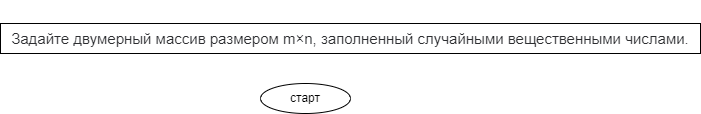
Above: DZ7/zadacha47/diagram.drawio.png in ElenaFomenkova/DZ (draw.io), before the change. Source tidied: cells renumbered, new cells last; positions are measured from the earlier drawing's top-left corner, leaving out a move shared by most shapes.
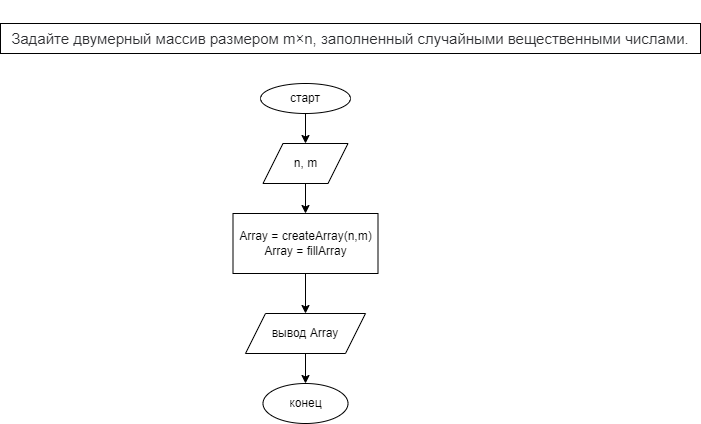
Later version of the same file.

Change to the diagram source:
```diff
@@ -5,8 +5,32 @@
     <mxCell id="2" value="&#10;&#10;&lt;span style=&quot;color: rgb(44, 45, 48); font-family: roboto, &amp;quot;san francisco&amp;quot;, &amp;quot;helvetica neue&amp;quot;, helvetica, arial; font-size: 15px; font-style: normal; font-weight: 400; letter-spacing: normal; text-indent: 0px; text-transform: none; word-spacing: 0px; background-color: rgb(255, 255, 255); display: inline; float: none;&quot;&gt;Задайте двумерный массив размером m×n, заполненный случайными вещественными числами.&lt;/span&gt;&#10;&#10;" style="rounded=0;whiteSpace=wrap;html=1;" parent="1" vertex="1">
       <mxGeometry width="700" height="30" as="geometry" />
     </mxCell>
+    <mxCell id="4" style="edgeStyle=none;html=1;" parent="1" edge="1" source="3" target="6">
+      <mxGeometry relative="1" as="geometry" />
+    </mxCell>
     <mxCell id="3" value="старт" style="ellipse;whiteSpace=wrap;html=1;" parent="1" vertex="1">
       <mxGeometry x="260" y="60" width="90" height="30" as="geometry" />
     </mxCell>
+    <mxCell id="5" style="edgeStyle=none;html=1;" parent="1" edge="1" source="6" target="8">
+      <mxGeometry relative="1" as="geometry" />
+    </mxCell>
+    <mxCell id="6" value="n, m" style="shape=parallelogram;perimeter=parallelogramPerimeter;whiteSpace=wrap;html=1;fixedSize=1;" parent="1" vertex="1">
+      <mxGeometry x="262.5" y="120" width="85" height="40" as="geometry" />
+    </mxCell>
+    <mxCell id="7" style="edgeStyle=none;html=1;" parent="1" edge="1" source="8" target="10">
+      <mxGeometry relative="1" as="geometry" />
+    </mxCell>
+    <mxCell id="8" value="Array = createArray(n,m)&lt;br&gt;Array = fillArray" style="rounded=0;whiteSpace=wrap;html=1;" parent="1" vertex="1">
+      <mxGeometry x="232.5" y="190" width="145" height="60" as="geometry" />
+    </mxCell>
+    <mxCell id="9" style="edgeStyle=none;html=1;" parent="1" edge="1" source="10" target="11">
+      <mxGeometry relative="1" as="geometry" />
+    </mxCell>
+    <mxCell id="10" value="вывод Array" style="shape=parallelogram;perimeter=parallelogramPerimeter;whiteSpace=wrap;html=1;fixedSize=1;" parent="1" vertex="1">
+      <mxGeometry x="245" y="290" width="120" height="40" as="geometry" />
+    </mxCell>
+    <mxCell id="11" value="конец" style="ellipse;whiteSpace=wrap;html=1;" parent="1" vertex="1">
+      <mxGeometry x="262.5" y="360" width="85" height="40" as="geometry" />
+    </mxCell>
   </root>
 </mxGraphModel>
```
